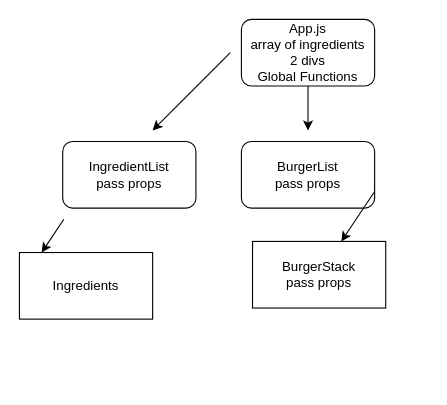
This is src/Componens.drawio from WDI-SEA/react-burger-stacker, a draw.io file, before an edit. Source tidied: cells renumbered, new cells numbered last; positions are measured from the earlier drawing's top-left corner, leaving out a move shared by most shapes. Both pictures are drawn from the tidied source at 111%, with x=0, y=0 at pixel (19, 19).
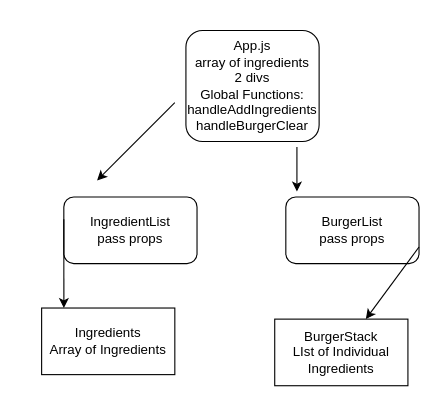
The same diagram, later.

What changed in the source:
```diff
@@
 <mxGraphModel>
   <root>
     <mxCell id="0" />
     <mxCell id="1" parent="0" />
-    <mxCell id="2" value="App.js&lt;br&gt;array of ingredients&lt;br&gt;2 divs&lt;br&gt;Global Functions" style="rounded=1;whiteSpace=wrap;html=1;" parent="1" vertex="1">
-      <mxGeometry x="200" width="120" height="60" as="geometry" />
+    <mxCell id="2" value="App.js&lt;br&gt;array of ingredients&lt;br&gt;2 divs&lt;br&gt;Global Functions:&lt;br&gt;handleAddIngredients&lt;br&gt;handleBurgerClear" style="rounded=1;whiteSpace=wrap;html=1;" parent="1" vertex="1">
+      <mxGeometry x="150" y="10" width="120" height="100" as="geometry" />
     </mxCell>
     <mxCell id="3" value="BurgerList&lt;br&gt;pass props" style="rounded=1;whiteSpace=wrap;html=1;" parent="1" vertex="1">
-      <mxGeometry x="200" y="110" width="120" height="60" as="geometry" />
+      <mxGeometry x="240" y="160" width="120" height="60" as="geometry" />
     </mxCell>
     <mxCell id="4" value="IngredientList&lt;br&gt;pass props" style="rounded=1;whiteSpace=wrap;html=1;" parent="1" vertex="1">
-      <mxGeometry x="39" y="110" width="120" height="60" as="geometry" />
+      <mxGeometry x="40" y="160" width="120" height="60" as="geometry" />
     </mxCell>
     <mxCell id="5" style="endArrow=classic;html=1;" parent="1" edge="1">
       <mxGeometry relative="1" as="geometry">
-        <mxPoint x="190" y="30" as="sourcePoint" />
-        <mxPoint x="120" y="100" as="targetPoint" />
+        <mxPoint x="140" y="75" as="sourcePoint" />
+        <mxPoint x="70" y="145" as="targetPoint" />
       </mxGeometry>
     </mxCell>
     <mxCell id="6" style="endArrow=classic;html=1;" parent="1" edge="1">
       <mxGeometry relative="1" as="geometry">
-        <mxPoint x="260" y="60" as="sourcePoint" />
-        <mxPoint x="260" y="100" as="targetPoint" />
+        <mxPoint x="250" y="115" as="sourcePoint" />
+        <mxPoint x="250" y="155" as="targetPoint" />
       </mxGeometry>
     </mxCell>
-    <mxCell id="7" value="Ingredients" style="rounded=0;whiteSpace=wrap;html=1;" parent="1" vertex="1">
-      <mxGeometry y="210" width="120" height="60" as="geometry" />
+    <mxCell id="7" value="Ingredients&lt;br&gt;Array of Ingredients" style="rounded=0;whiteSpace=wrap;html=1;" parent="1" vertex="1">
+      <mxGeometry x="20" y="260" width="120" height="60" as="geometry" />
     </mxCell>
-    <mxCell id="8" value="BurgerStack&lt;br&gt;pass props" style="rounded=0;whiteSpace=wrap;html=1;" parent="1" vertex="1">
-      <mxGeometry x="210" y="200" width="120" height="60" as="geometry" />
+    <mxCell id="8" value="BurgerStack&lt;br&gt;LIst of Individual Ingredients" style="rounded=0;whiteSpace=wrap;html=1;" parent="1" vertex="1">
+      <mxGeometry x="230" y="270" width="120" height="60" as="geometry" />
     </mxCell>
     <mxCell id="9" style="endArrow=classic;html=1;entryX=0.167;entryY=0;entryDx=0;entryDy=0;entryPerimeter=0;" parent="1" edge="1" target="7">
       <mxGeometry relative="1" as="geometry">
         <mxPoint x="40" y="180" as="sourcePoint" />
       </mxGeometry>
     </mxCell>
     <mxCell id="10" style="endArrow=classic;html=1;exitX=1;exitY=0.75;exitDx=0;exitDy=0;" parent="1" edge="1" source="3" target="8">
       <mxGeometry relative="1" as="geometry" />
     </mxCell>
   </root>
 </mxGraphModel>
```
